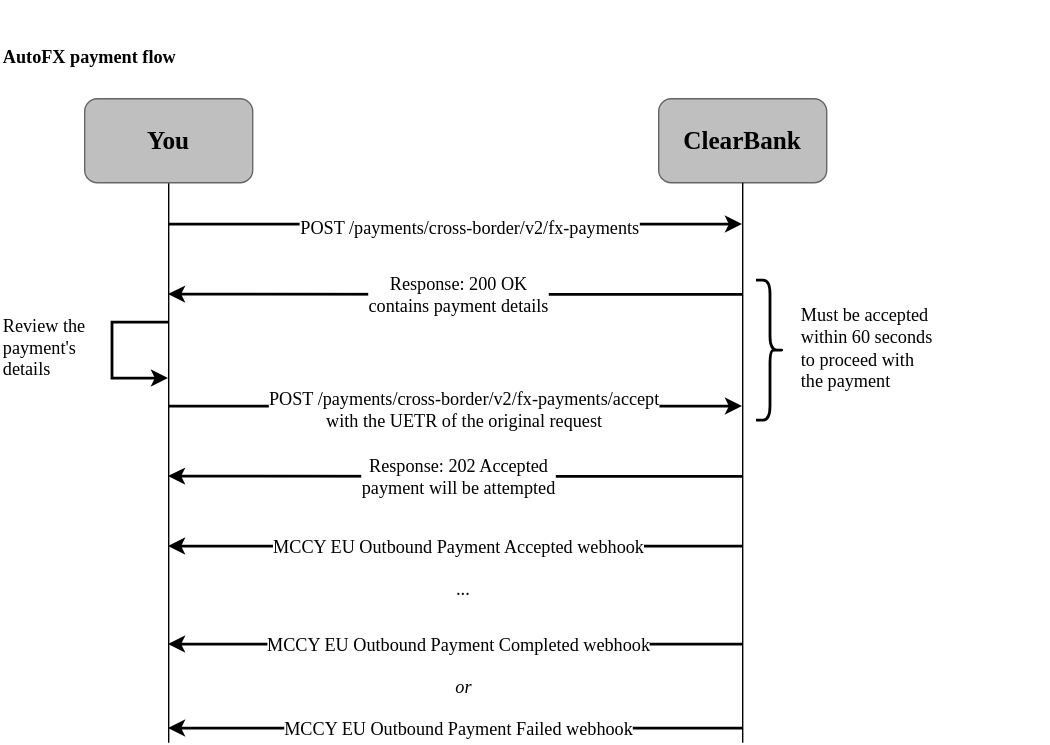
The draw.io diagram static/assets/images/diagrams/eu/auto-fx/mccy-eu-payment.svg in clearbank/clearbank.github.io, before a commit. Source tidied: cells renumbered, new cells last; positions are measured from the earlier drawing's top-left corner, leaving out a move shared by most shapes.
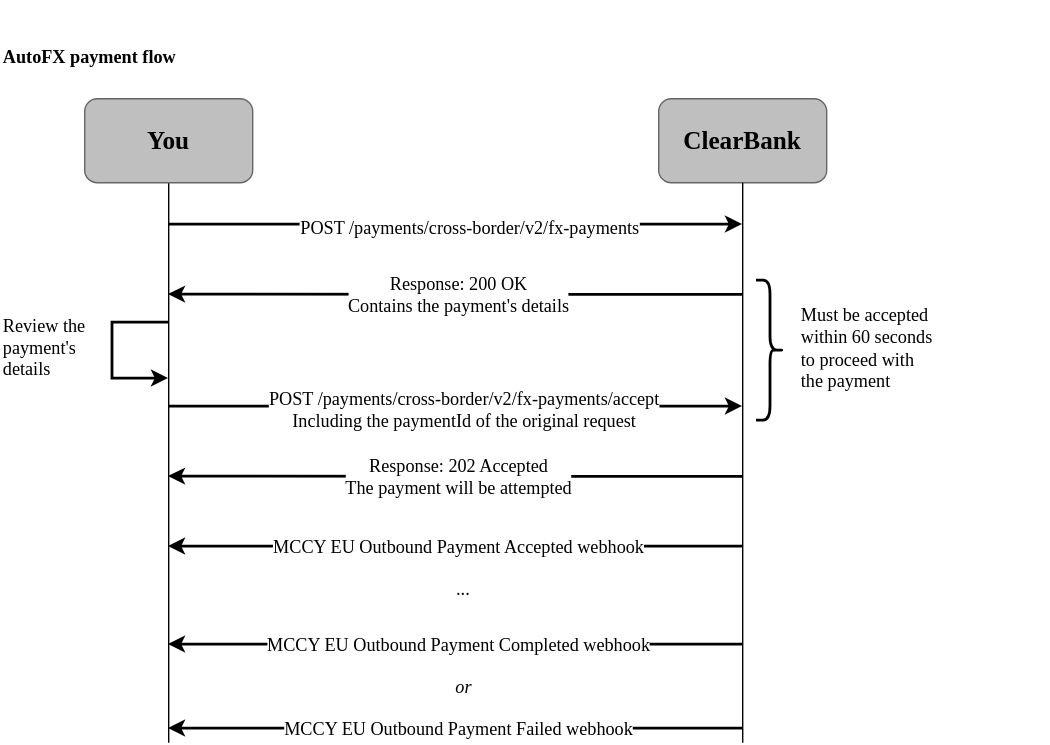
The same file after the commit.

Commit message:
update images for mccy diagram

The edit, as a diff of the source:
```diff
@@ -45,7 +45,7 @@
         <mxPoint x="120" y="210" as="targetPoint" />
       </mxGeometry>
     </mxCell>
-    <mxCell id="11" value="Response: 200 OK&lt;div&gt;contains payment details&lt;/div&gt;" style="edgeLabel;html=1;align=center;verticalAlign=middle;fontFamily=Clear Sans Text;fontSize=13;fontColor=#000000;labelBackgroundColor=#FFFFFF;" parent="10" vertex="1">
+    <mxCell id="11" value="Response: 200 OK&lt;div&gt;Contains the payment's details&lt;/div&gt;" style="edgeLabel;html=1;align=center;verticalAlign=middle;fontFamily=Clear Sans Text;fontSize=13;fontColor=#000000;labelBackgroundColor=#FFFFFF;" parent="10" vertex="1">
       <mxGeometry x="0.09" y="-1" relative="1" as="geometry">
         <mxPoint x="19" as="offset" />
       </mxGeometry>
@@ -59,7 +59,7 @@
         <mxPoint x="530" y="290" as="targetPoint" />
       </mxGeometry>
     </mxCell>
-    <mxCell id="14" value="POST /payments/cross-border/v2/fx-payments/accept&lt;br&gt;with the UETR of the original request" style="edgeLabel;html=1;align=center;verticalAlign=middle;fontFamily=Clear Sans Text;fontSize=13;fontColor=#000000;labelBackgroundColor=#FFFFFF;" parent="13" vertex="1">
+    <mxCell id="14" value="POST /payments/cross-border/v2/fx-payments/accept&lt;br&gt;Including the paymentId of the original request" style="edgeLabel;html=1;align=center;verticalAlign=middle;fontFamily=Clear Sans Text;fontSize=13;fontColor=#000000;labelBackgroundColor=#FFFFFF;" parent="13" vertex="1">
       <mxGeometry x="0.09" y="-1" relative="1" as="geometry">
         <mxPoint x="-13" as="offset" />
       </mxGeometry>
@@ -119,7 +119,7 @@
         <mxPoint x="120" y="340" as="targetPoint" />
       </mxGeometry>
     </mxCell>
-    <mxCell id="25" value="Response: 202 Accepted&lt;div&gt;payment will be attempted&lt;/div&gt;" style="edgeLabel;html=1;align=center;verticalAlign=middle;fontFamily=Clear Sans Text;fontSize=13;fontColor=#000000;labelBackgroundColor=#FFFFFF;" parent="24" vertex="1">
+    <mxCell id="25" value="Response: 202 Accepted&lt;div&gt;The payment will be attempted&lt;/div&gt;" style="edgeLabel;html=1;align=center;verticalAlign=middle;fontFamily=Clear Sans Text;fontSize=13;fontColor=#000000;labelBackgroundColor=#FFFFFF;" parent="24" vertex="1">
       <mxGeometry x="0.09" y="-1" relative="1" as="geometry">
         <mxPoint x="19" as="offset" />
       </mxGeometry>
```
